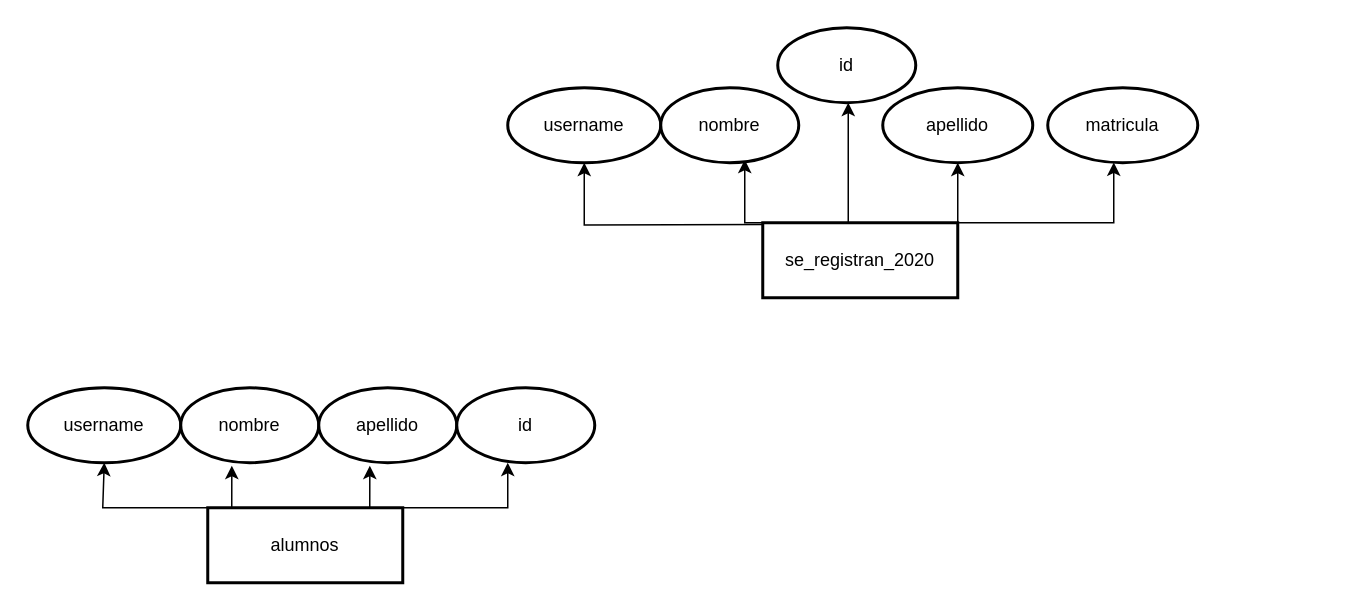
This is Diagrama sin título.drawio from arcv1337/arcv1337, a draw.io file, before an edit. Source tidied: cells renumbered, new cells numbered last; positions are measured from the earlier drawing's top-left corner, leaving out a move shared by most shapes. Both pictures are drawn from the tidied source at 150%, with x=0, y=0 at pixel (27, 27).
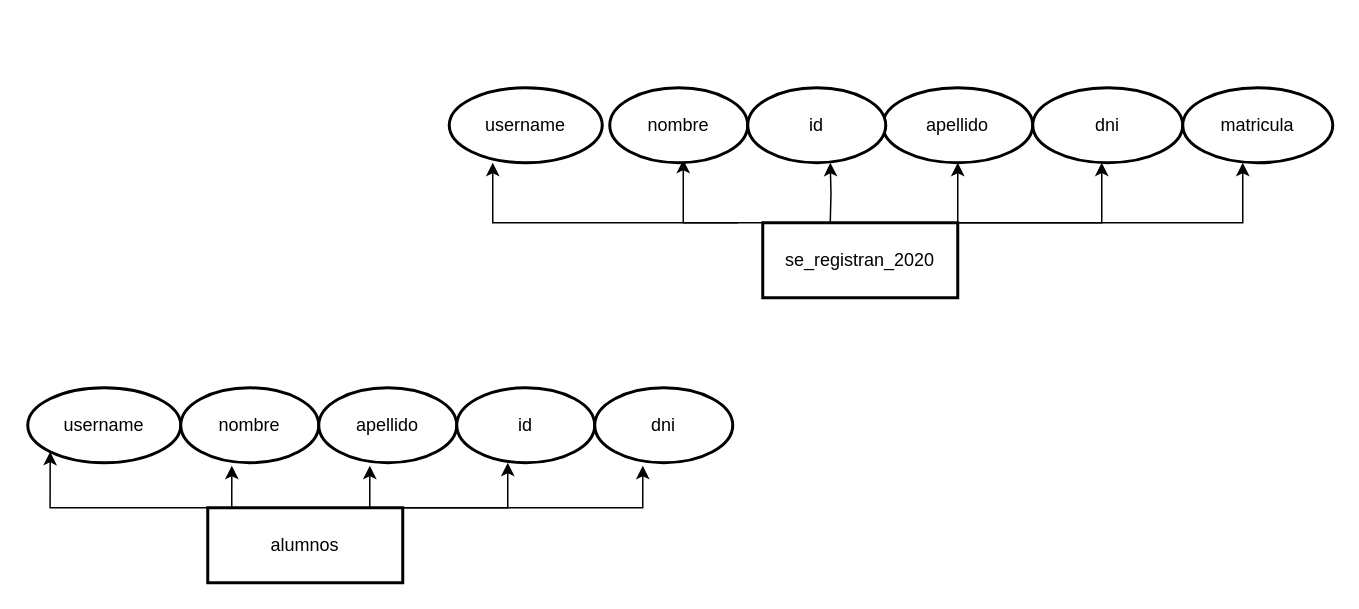
Above is the later version.

Unchanged cells that the change refers to:
```xml
<mxCell id="7" value="se_registran_2020" style="rounded=0;whiteSpace=wrap;html=1;strokeWidth=2;" parent="1" vertex="1">
  <mxGeometry x="490" y="130" width="130" height="50" as="geometry" />
</mxCell>
<mxCell id="16" value="alumnos" style="rounded=0;whiteSpace=wrap;html=1;strokeWidth=2;" parent="1" vertex="1">
  <mxGeometry x="120" y="320" width="130" height="50" as="geometry" />
</mxCell>
<mxCell id="17" value="username" style="ellipse;whiteSpace=wrap;html=1;strokeWidth=2;" parent="1" vertex="1">
  <mxGeometry y="240" width="102" height="50" as="geometry" />
</mxCell>
```

Diff of the diagram source:
```diff
@@
-    <mxCell id="2" style="edgeStyle=orthogonalEdgeStyle;rounded=0;jettySize=auto;html=1;exitX=0.5;exitY=0;exitDx=0;exitDy=0;entryX=0.5;entryY=1;entryDx=0;entryDy=0;" parent="1" edge="1" target="8">
+    <mxCell id="2" style="edgeStyle=orthogonalEdgeStyle;rounded=0;orthogonalLoop=1;jettySize=auto;html=1;exitX=0.5;exitY=0;exitDx=0;exitDy=0;" parent="1" edge="1">
       <mxGeometry relative="1" as="geometry">
         <mxPoint x="521" y="131" as="sourcePoint" />
+        <mxPoint x="310" y="90" as="targetPoint" />
+        <Array as="points">
+          <mxPoint x="521" y="130" />
+        </Array>
       </mxGeometry>
     </mxCell>
     <mxCell id="3" style="edgeStyle=orthogonalEdgeStyle;rounded=0;orthogonalLoop=1;jettySize=auto;html=1;exitX=0.25;exitY=0;exitDx=0;exitDy=0;" parent="1" edge="1">
       <mxGeometry relative="1" as="geometry">
-        <mxPoint x="514.5" y="130" as="sourcePoint" />
-        <mxPoint x="478" y="88" as="targetPoint" />
+        <mxPoint x="473.5" y="130" as="sourcePoint" />
+        <mxPoint x="437" y="88" as="targetPoint" />
         <Array as="points">
-          <mxPoint x="478" y="130" />
+          <mxPoint x="437" y="130" />
         </Array>
       </mxGeometry>
     </mxCell>
-    <mxCell id="4" style="edgeStyle=orthogonalEdgeStyle;rounded=0;jettySize=auto;html=1;exitX=1;exitY=0;exitDx=0;exitDy=0;" parent="1" edge="1" source="7" target="11">
+    <mxCell id="4" style="edgeStyle=orthogonalEdgeStyle;rounded=0;orthogonalLoop=1;jettySize=auto;html=1;exitX=1;exitY=0;exitDx=0;exitDy=0;" parent="1" edge="1">
       <mxGeometry relative="1" as="geometry">
+        <mxPoint x="612" y="130" as="sourcePoint" />
+        <mxPoint x="716" y="89.9" as="targetPoint" />
         <Array as="points">
-          <mxPoint x="724" y="130" />
+          <mxPoint x="716" y="130" />
         </Array>
       </mxGeometry>
     </mxCell>
@@
     <mxCell id="6" style="edgeStyle=orthogonalEdgeStyle;rounded=0;orthogonalLoop=1;jettySize=auto;html=1;exitX=0.5;exitY=0;exitDx=0;exitDy=0;" parent="1" edge="1">
       <mxGeometry relative="1" as="geometry">
-        <mxPoint x="547" y="130" as="sourcePoint" />
-        <mxPoint x="547" y="50" as="targetPoint" />
+        <mxPoint x="535" y="130" as="sourcePoint" />
+        <mxPoint x="535" y="90" as="targetPoint" />
       </mxGeometry>
     </mxCell>
+    <mxCell id="22" style="edgeStyle=orthogonalEdgeStyle;rounded=0;jettySize=auto;html=1;exitX=1;exitY=0;exitDx=0;exitDy=0;" parent="1" edge="1" source="7">
+      <mxGeometry relative="1" as="geometry">
+        <mxPoint x="810" y="90" as="targetPoint" />
+        <Array as="points">
+          <mxPoint x="670" y="130" />
+          <mxPoint x="670" y="130" />
+        </Array>
+      </mxGeometry>
+    </mxCell>
@@
     <mxCell id="8" value="username" style="ellipse;whiteSpace=wrap;html=1;strokeWidth=2;" parent="1" vertex="1">
-      <mxGeometry x="320" y="40" width="102" height="50" as="geometry" />
+      <mxGeometry x="281" y="40" width="102" height="50" as="geometry" />
     </mxCell>
     <mxCell id="9" value="nombre" style="ellipse;whiteSpace=wrap;html=1;strokeWidth=2;" parent="1" vertex="1">
-      <mxGeometry x="422" y="40" width="92" height="50" as="geometry" />
+      <mxGeometry x="388" y="40" width="92" height="50" as="geometry" />
     </mxCell>
@@
-    <mxCell id="11" value="matricula" style="ellipse;whiteSpace=wrap;html=1;strokeWidth=2;" parent="1" vertex="1">
-      <mxGeometry x="680" y="40" width="100" height="50" as="geometry" />
+    <mxCell id="11" value="dni" style="ellipse;whiteSpace=wrap;html=1;strokeWidth=2;" parent="1" vertex="1">
+      <mxGeometry x="670" y="40" width="100" height="50" as="geometry" />
     </mxCell>
     <mxCell id="12" value="id" style="ellipse;whiteSpace=wrap;html=1;strokeWidth=2;" parent="1" vertex="1">
-      <mxGeometry x="500" width="92" height="50" as="geometry" />
+      <mxGeometry x="480" y="40" width="92" height="50" as="geometry" />
     </mxCell>
-    <mxCell id="13" style="edgeStyle=orthogonalEdgeStyle;rounded=0;jettySize=auto;html=1;exitX=0;exitY=0;exitDx=0;exitDy=0;entryX=0.5;entryY=1;entryDx=0;entryDy=0;" parent="1" edge="1" source="16" target="17">
+    <mxCell id="13" style="edgeStyle=orthogonalEdgeStyle;rounded=0;jettySize=auto;html=1;exitX=0;exitY=0;exitDx=0;exitDy=0;entryX=0;entryY=1;entryDx=0;entryDy=0;" parent="1" edge="1" source="16" target="17">
       <mxGeometry relative="1" as="geometry">
         <Array as="points">
-          <mxPoint x="50" y="320" />
+          <mxPoint x="15" y="320" />
         </Array>
       </mxGeometry>
     </mxCell>
@@
+    <mxCell id="23" style="edgeStyle=orthogonalEdgeStyle;rounded=0;jettySize=auto;html=1;exitX=1;exitY=0;exitDx=0;exitDy=0;entryX=0.348;entryY=1.04;entryDx=0;entryDy=0;entryPerimeter=0;" parent="1" edge="1" source="16" target="24">
+      <mxGeometry relative="1" as="geometry">
+        <Array as="points">
+          <mxPoint x="410" y="320" />
+        </Array>
+      </mxGeometry>
+    </mxCell>
@@
+    <mxCell id="24" value="dni" style="ellipse;whiteSpace=wrap;html=1;strokeWidth=2;" parent="1" vertex="1">
+      <mxGeometry x="378" y="240" width="92" height="50" as="geometry" />
+    </mxCell>
+    <mxCell id="25" value="matricula" style="ellipse;whiteSpace=wrap;html=1;strokeWidth=2;" parent="1" vertex="1">
+      <mxGeometry x="770" y="40" width="100" height="50" as="geometry" />
+    </mxCell>
```
